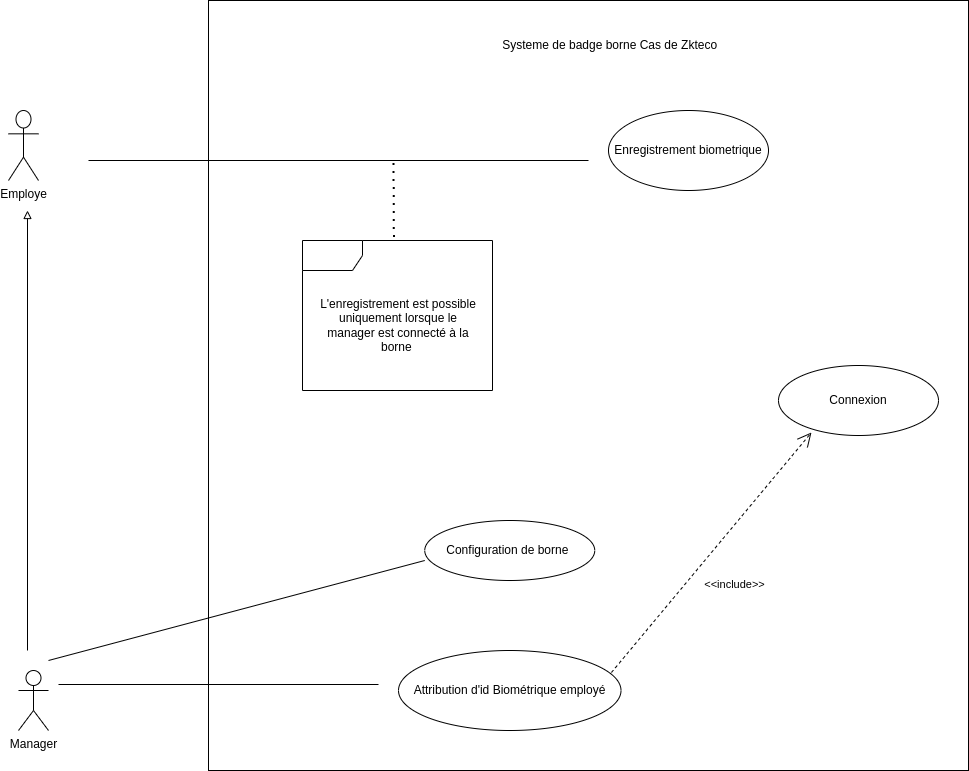
Earlier version of the draw.io export static/UsecaseZkteco.drawio.png (Siluearsene/borne_biometrique). Source tidied: cells renumbered, new cells last; positions are measured from the earlier drawing's top-left corner, leaving out a move shared by most shapes.
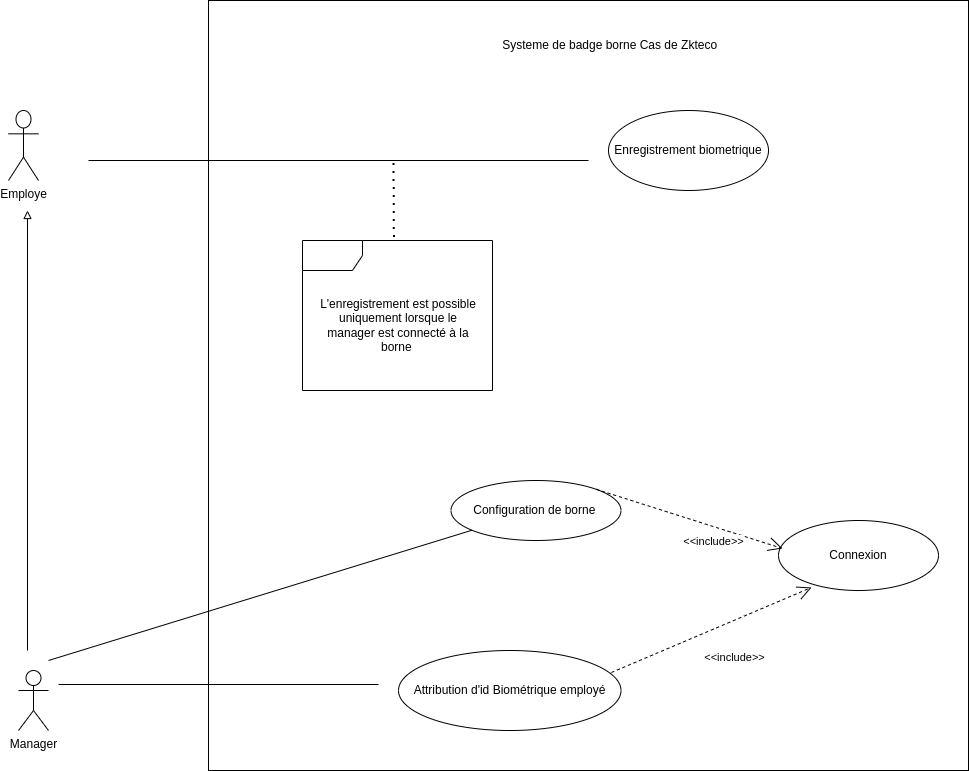
Above is the later version.

Commit message:
Mettre à jour UsecaseZkteco.drawio.png

The edit, as a diff of the source:
```diff
@@ -21,7 +21,7 @@
       </mxGeometry>
     </mxCell>
     <mxCell id="7" value="Configuration de borne&amp;nbsp;" style="ellipse;whiteSpace=wrap;html=1;" parent="1" vertex="1">
-      <mxGeometry x="416.2" y="520" width="170" height="60" as="geometry" />
+      <mxGeometry x="442.5" y="480" width="170" height="60" as="geometry" />
     </mxCell>
     <mxCell id="8" value="Attribution d'id Biométrique employé" style="ellipse;whiteSpace=wrap;html=1;" parent="1" vertex="1">
       <mxGeometry x="390" y="650" width="222.5" height="80" as="geometry" />
@@ -30,7 +30,7 @@
       <mxGeometry x="600" y="110" width="160" height="80" as="geometry" />
     </mxCell>
     <mxCell id="10" value="Connexion" style="ellipse;whiteSpace=wrap;html=1;" parent="1" vertex="1">
-      <mxGeometry x="770" y="365" width="160" height="70" as="geometry" />
+      <mxGeometry x="770" y="520" width="160" height="70" as="geometry" />
     </mxCell>
     <mxCell id="11" style="endArrow=open;endFill=1;endSize=12;html=1;rounded=0;exitX=0.957;exitY=0.275;exitDx=0;exitDy=0;exitPerimeter=0;entryX=0.206;entryY=0.957;entryDx=0;entryDy=0;entryPerimeter=0;dashed=1;" parent="1" edge="1" source="8" target="10">
       <mxGeometry relative="1" as="geometry" />
@@ -43,10 +43,9 @@
     <mxCell id="13" style="line;strokeWidth=1;fillColor=none;align=left;verticalAlign=middle;spacingTop=-1;spacingLeft=3;spacingRight=3;labelPosition=right;strokeColor=inherit;" parent="1" vertex="1">
       <mxGeometry x="50" y="680" width="320" height="8" as="geometry" />
     </mxCell>
-    <mxCell id="14" style="endArrow=none;html=1;rounded=0;" parent="1" edge="1">
+    <mxCell id="14" style="endArrow=none;html=1;rounded=0;" parent="1" edge="1" target="7">
       <mxGeometry relative="1" as="geometry">
         <mxPoint x="40" y="660" as="sourcePoint" />
-        <mxPoint x="416.2" y="560" as="targetPoint" />
       </mxGeometry>
     </mxCell>
     <mxCell id="15" style="line;strokeWidth=1;fillColor=none;align=left;verticalAlign=middle;spacingTop=-1;spacingLeft=3;spacingRight=3;labelPosition=right;points=[];portConstraint=eastwest;strokeColor=inherit;" parent="1" vertex="1">
@@ -61,5 +60,13 @@
     <mxCell id="18" value="L'enregistrement est possible uniquement lorsque le manager est connecté à la borne&amp;nbsp;" style="text;html=1;strokeColor=none;fillColor=none;align=center;verticalAlign=middle;whiteSpace=wrap;rounded=0;" parent="1" vertex="1">
       <mxGeometry x="310" y="270" width="160" height="110" as="geometry" />
     </mxCell>
+    <mxCell id="19" style="endArrow=open;endFill=1;endSize=12;html=1;rounded=0;exitX=1;exitY=0;exitDx=0;exitDy=0;entryX=0.025;entryY=0.4;entryDx=0;entryDy=0;entryPerimeter=0;dashed=1;" parent="1" edge="1" source="7" target="10">
+      <mxGeometry relative="1" as="geometry" />
+    </mxCell>
+    <mxCell id="20" value="&amp;lt;&amp;lt;include&amp;gt;&amp;gt;" style="edgeLabel;html=1;align=center;verticalAlign=middle;" parent="19" vertex="1">
+      <mxGeometry x="-0.06" y="1" relative="1" as="geometry">
+        <mxPoint x="29" y="25" as="offset" />
+      </mxGeometry>
+    </mxCell>
   </root>
 </mxGraphModel>
```
